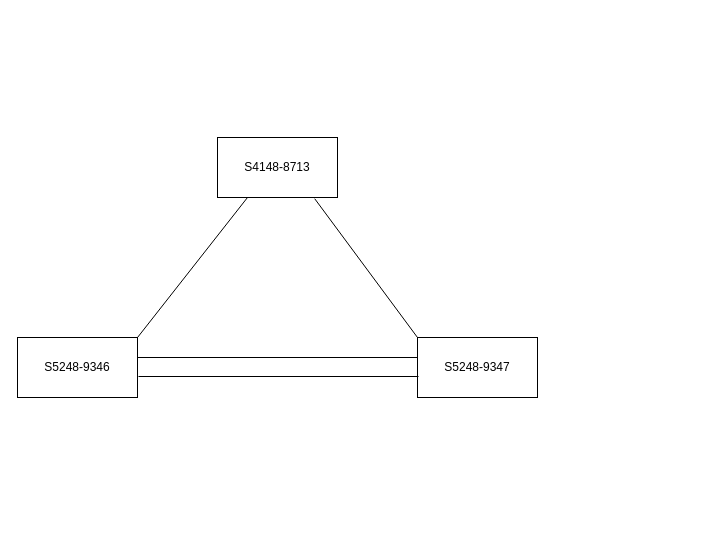
This is nee-10944.drawio from mdwazeeruddin85/country_names, a draw.io file, before an edit. Source tidied: cells renumbered, new cells numbered last; positions are measured from the earlier drawing's top-left corner, leaving out a move shared by most shapes. Both pictures are drawn from the tidied source at 100%, with x=0, y=0 at pixel (17, 137).
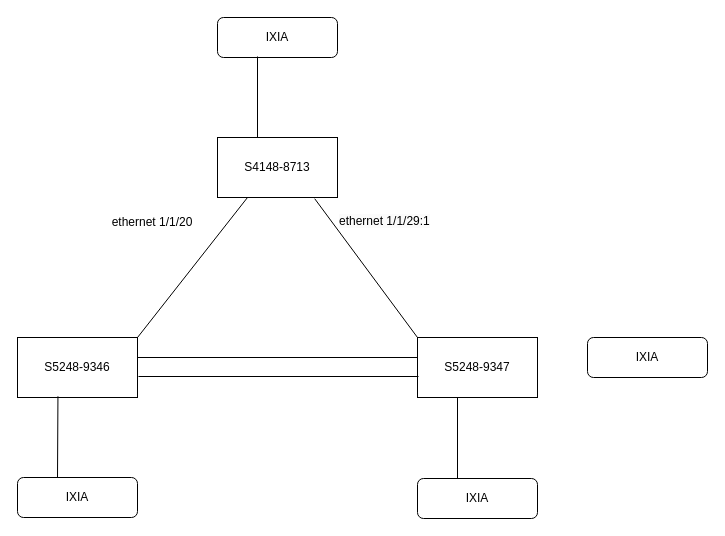
After the change.

Unchanged cells that the change refers to:
```xml
<mxCell id="3" value="S5248-9346" style="rounded=0;whiteSpace=wrap;html=1;" parent="1" vertex="1">
  <mxGeometry y="200" width="120" height="60" as="geometry" />
</mxCell>
```

What changed in the source:
```diff
@@
+    <mxCell id="9" value="ethernet 1/1/20" style="text;html=1;align=center;verticalAlign=middle;whiteSpace=wrap;rounded=0;" parent="1" vertex="1">
+      <mxGeometry x="90" y="70" width="90" height="30" as="geometry" />
+    </mxCell>
+    <mxCell id="10" value="&lt;span style=&quot;color: rgb(0, 0, 0); font-family: Helvetica; font-size: 12px; font-style: normal; font-variant-ligatures: normal; font-variant-caps: normal; font-weight: 400; letter-spacing: normal; orphans: 2; text-align: center; text-indent: 0px; text-transform: none; widows: 2; word-spacing: 0px; -webkit-text-stroke-width: 0px; white-space: normal; background-color: rgb(251, 251, 251); text-decoration-thickness: initial; text-decoration-style: initial; text-decoration-color: initial; display: inline !important; float: none;&quot;&gt;ethernet 1/1/29:1&lt;/span&gt;" style="text;whiteSpace=wrap;html=1;" parent="1" vertex="1">
+      <mxGeometry x="320" y="70" width="110" height="40" as="geometry" />
+    </mxCell>
+    <mxCell id="11" value="IXIA" style="rounded=1;whiteSpace=wrap;html=1;" parent="1" vertex="1">
+      <mxGeometry x="200" y="-120" width="120" height="40" as="geometry" />
+    </mxCell>
+    <mxCell id="12" value="IXIA" style="rounded=1;whiteSpace=wrap;html=1;" parent="1" vertex="1">
+      <mxGeometry y="340" width="120" height="40" as="geometry" />
+    </mxCell>
+    <mxCell id="13" value="IXIA" style="rounded=1;whiteSpace=wrap;html=1;" parent="1" vertex="1">
+      <mxGeometry x="570" y="200" width="120" height="40" as="geometry" />
+    </mxCell>
+    <mxCell id="14" style="endArrow=none;html=1;rounded=0;entryX=0.337;entryY=0.98;entryDx=0;entryDy=0;entryPerimeter=0;" parent="1" edge="1" target="3">
+      <mxGeometry relative="1" as="geometry">
+        <mxPoint x="40" y="340" as="sourcePoint" />
+      </mxGeometry>
+    </mxCell>
+    <mxCell id="15" value="IXIA" style="rounded=1;whiteSpace=wrap;html=1;" parent="1" vertex="1">
+      <mxGeometry x="400" y="341" width="120" height="40" as="geometry" />
+    </mxCell>
+    <mxCell id="16" style="endArrow=none;html=1;rounded=0;entryX=0.337;entryY=0.98;entryDx=0;entryDy=0;entryPerimeter=0;" parent="1" edge="1">
+      <mxGeometry relative="1" as="geometry">
+        <mxPoint x="440" y="341" as="sourcePoint" />
+        <mxPoint x="440" y="260" as="targetPoint" />
+      </mxGeometry>
+    </mxCell>
+    <mxCell id="17" style="endArrow=none;html=1;rounded=0;entryX=0.337;entryY=0.98;entryDx=0;entryDy=0;entryPerimeter=0;" parent="1" edge="1">
+      <mxGeometry relative="1" as="geometry">
+        <mxPoint x="240" as="sourcePoint" />
+        <mxPoint x="240" y="-81" as="targetPoint" />
+      </mxGeometry>
+    </mxCell>
```
